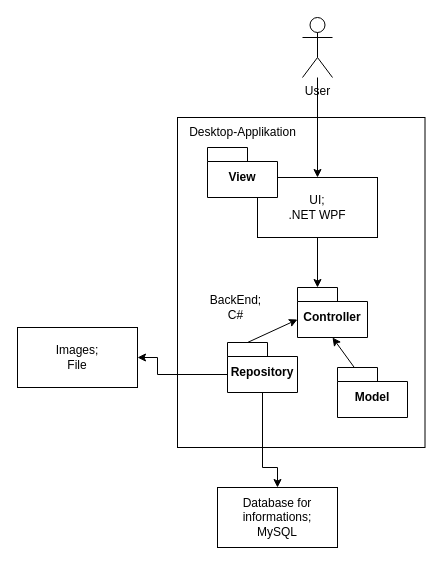
The draw.io diagram Diagrams/HighLevelArchitectureDiagram-1.drawio in Joel6v/PraktikumZuehlke, before the edit. Source tidied: cells renumbered, new cells numbered last; positions are measured from the earlier drawing's top-left corner, leaving out a move shared by most shapes. Both pictures are drawn from the tidied source at 100%, with x=0, y=0 at pixel (17, 17).
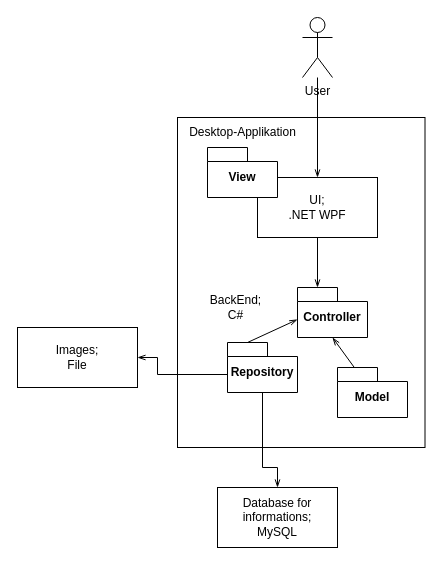
The same diagram, later.

Unchanged cells that the change refers to:
```xml
<mxCell id="2" value="User" style="shape=umlActor;verticalLabelPosition=bottom;verticalAlign=top;html=1;outlineConnect=0;" parent="1" vertex="1">
  <mxGeometry x="285" width="30" height="60" as="geometry" />
</mxCell>
<mxCell id="3" value="Database for informations;&lt;div&gt;MySQL&lt;/div&gt;" style="rounded=0;whiteSpace=wrap;html=1;" parent="1" vertex="1">
  <mxGeometry x="200" y="470" width="120" height="60" as="geometry" />
</mxCell>
<mxCell id="4" value="Images;&lt;div&gt;File&lt;/div&gt;" style="rounded=0;whiteSpace=wrap;html=1;" parent="1" vertex="1">
  <mxGeometry y="310" width="120" height="60" as="geometry" />
</mxCell>
<mxCell id="5" style="group;" parent="1" vertex="1">
  <mxGeometry x="160" y="100" width="247.5" height="330" as="geometry" />
</mxCell>
<mxCell id="7" value="UI;&lt;div&gt;.NET WPF&lt;/div&gt;" style="rounded=0;whiteSpace=wrap;html=1;" parent="5" vertex="1">
  <mxGeometry x="80" y="60" width="120" height="60" as="geometry" />
</mxCell>
<mxCell id="10" value="Controller" style="shape=folder;fontStyle=1;spacingTop=10;tabWidth=40;tabHeight=14;tabPosition=left;html=1;whiteSpace=wrap;" parent="5" vertex="1">
  <mxGeometry x="120" y="170" width="70" height="50" as="geometry" />
</mxCell>
<mxCell id="11" value="Model" style="shape=folder;fontStyle=1;spacingTop=10;tabWidth=40;tabHeight=14;tabPosition=left;html=1;whiteSpace=wrap;" parent="5" vertex="1">
  <mxGeometry x="160" y="250" width="70" height="50" as="geometry" />
</mxCell>
<mxCell id="12" value="Repository" style="shape=folder;fontStyle=1;spacingTop=10;tabWidth=40;tabHeight=14;tabPosition=left;html=1;whiteSpace=wrap;" parent="5" vertex="1">
  <mxGeometry x="50" y="225" width="70" height="50" as="geometry" />
</mxCell>
```

The edit, as a diff of the source:
```diff
@@
-    <mxCell id="13" style="rounded=0;jettySize=auto;html=1;entryX=0;entryY=0;entryDx=0;entryDy=32;entryPerimeter=0;exitX=0;exitY=0;exitDx=20;exitDy=0;exitPerimeter=0;" parent="5" edge="1" source="12" target="10">
+    <mxCell id="13" style="rounded=0;jettySize=auto;html=1;entryX=0;entryY=0;entryDx=0;entryDy=32;entryPerimeter=0;exitX=0;exitY=0;exitDx=20;exitDy=0;exitPerimeter=0;endArrow=openThin;endFill=0;" parent="5" edge="1" source="12" target="10">
       <mxGeometry relative="1" as="geometry" />
     </mxCell>
-    <mxCell id="14" style="rounded=0;jettySize=auto;html=1;entryX=0.5;entryY=1;entryDx=0;entryDy=0;entryPerimeter=0;" parent="5" edge="1" source="11" target="10">
+    <mxCell id="14" style="rounded=0;jettySize=auto;html=1;entryX=0.5;entryY=1;entryDx=0;entryDy=0;entryPerimeter=0;endArrow=openThin;endFill=0;" parent="5" edge="1" source="11" target="10">
       <mxGeometry relative="1" as="geometry" />
     </mxCell>
-    <mxCell id="15" style="edgeStyle=orthogonalEdgeStyle;rounded=0;jettySize=auto;html=1;entryX=0;entryY=0;entryDx=20;entryDy=0;entryPerimeter=0;" parent="5" edge="1" source="7" target="10">
+    <mxCell id="15" style="edgeStyle=orthogonalEdgeStyle;rounded=0;jettySize=auto;html=1;entryX=0;entryY=0;entryDx=20;entryDy=0;entryPerimeter=0;endArrow=openThin;endFill=0;" parent="5" edge="1" source="7" target="10">
       <mxGeometry relative="1" as="geometry" />
     </mxCell>
@@
-    <mxCell id="17" style="edgeStyle=orthogonalEdgeStyle;rounded=0;jettySize=auto;html=1;entryX=0.5;entryY=0;entryDx=0;entryDy=0;exitX=0.5;exitY=1;exitDx=0;exitDy=0;exitPerimeter=0;" parent="1" edge="1" source="12" target="3">
+    <mxCell id="17" style="edgeStyle=orthogonalEdgeStyle;rounded=0;jettySize=auto;html=1;entryX=0.5;entryY=0;entryDx=0;entryDy=0;exitX=0.5;exitY=1;exitDx=0;exitDy=0;exitPerimeter=0;endArrow=openThin;endFill=0;" parent="1" edge="1" source="12" target="3">
       <mxGeometry relative="1" as="geometry">
         <Array as="points">
           <mxPoint x="245" y="450" />
           <mxPoint x="260" y="450" />
         </Array>
       </mxGeometry>
     </mxCell>
-    <mxCell id="18" style="edgeStyle=orthogonalEdgeStyle;rounded=0;jettySize=auto;html=1;entryX=1;entryY=0.5;entryDx=0;entryDy=0;exitX=0;exitY=0;exitDx=0;exitDy=32;exitPerimeter=0;" parent="1" edge="1" source="12" target="4">
+    <mxCell id="18" style="edgeStyle=orthogonalEdgeStyle;rounded=0;jettySize=auto;html=1;entryX=1;entryY=0.5;entryDx=0;entryDy=0;exitX=0;exitY=0;exitDx=0;exitDy=32;exitPerimeter=0;endArrow=openThin;endFill=0;" parent="1" edge="1" source="12" target="4">
       <mxGeometry relative="1" as="geometry">
         <Array as="points">
           <mxPoint x="140" y="357" />
           <mxPoint x="140" y="340" />
         </Array>
       </mxGeometry>
     </mxCell>
-    <mxCell id="19" style="edgeStyle=orthogonalEdgeStyle;rounded=0;jettySize=auto;html=1;entryX=0.5;entryY=0;entryDx=0;entryDy=0;" parent="1" edge="1" source="2" target="7">
+    <mxCell id="19" style="edgeStyle=orthogonalEdgeStyle;rounded=0;jettySize=auto;html=1;entryX=0.5;entryY=0;entryDx=0;entryDy=0;endArrow=openThin;endFill=0;" parent="1" edge="1" source="2" target="7">
       <mxGeometry relative="1" as="geometry" />
     </mxCell>
```
